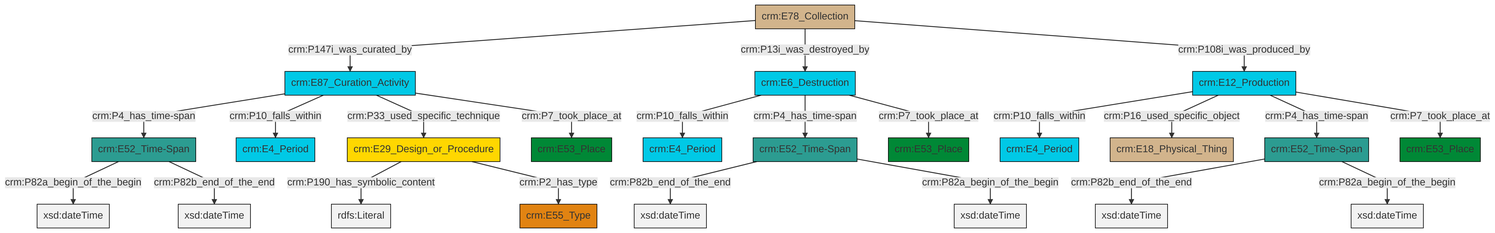
Before: et/archivalCSV/ttl/mmd/png/archival_existence.png, a diagram exported from Mermaid (swiss-art-research-net/docs.swissartresearch). Its source is kept beside it as et/archivalCSV/ttl/mmd/archival_existence.ttl.mmd.
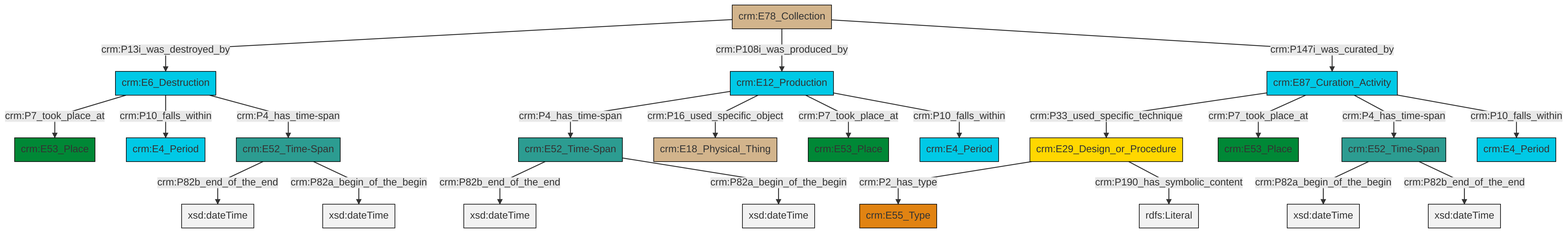
After the change.

The edit, as a diff of the source:
```diff
@@ -13,25 +13,25 @@
 classDef PC_Classes fill:#4ce600, stroke:#000000;
 classDef Multi fill:#cccccc,stroke:#000000;
 
-4["crm:E6_Destruction"]:::Temporal_Entity -->|crm:P10_falls_within| 5["crm:E4_Period"]:::Temporal_Entity
-10["crm:E29_Design_or_Procedure"]:::Conceptual_Object -->|crm:P190_has_symbolic_content| 11[rdfs:Literal]:::Literal
-4["crm:E6_Destruction"]:::Temporal_Entity -->|crm:P4_has_time-span| 2["crm:E52_Time-Span"]:::Time-Span
-12["crm:E52_Time-Span"]:::Time-Span -->|crm:P82a_begin_of_the_begin| 13[xsd:dateTime]:::Literal
-14["crm:E12_Production"]:::Temporal_Entity -->|crm:P10_falls_within| 16["crm:E4_Period"]:::Temporal_Entity
-17["crm:E78_Collection"]:::Physical_Thing -->|crm:P147i_was_curated_by| 0["crm:E87_Curation_Activity"]:::Temporal_Entity
-12["crm:E52_Time-Span"]:::Time-Span -->|crm:P82b_end_of_the_end| 18[xsd:dateTime]:::Literal
-17["crm:E78_Collection"]:::Physical_Thing -->|crm:P13i_was_destroyed_by| 4["crm:E6_Destruction"]:::Temporal_Entity
-0["crm:E87_Curation_Activity"]:::Temporal_Entity -->|crm:P4_has_time-span| 12["crm:E52_Time-Span"]:::Time-Span
-6["crm:E52_Time-Span"]:::Time-Span -->|crm:P82b_end_of_the_end| 25[xsd:dateTime]:::Literal
-17["crm:E78_Collection"]:::Physical_Thing -->|crm:P108i_was_produced_by| 14["crm:E12_Production"]:::Temporal_Entity
-6["crm:E52_Time-Span"]:::Time-Span -->|crm:P82a_begin_of_the_begin| 29[xsd:dateTime]:::Literal
-0["crm:E87_Curation_Activity"]:::Temporal_Entity -->|crm:P10_falls_within| 20["crm:E4_Period"]:::Temporal_Entity
-2["crm:E52_Time-Span"]:::Time-Span -->|crm:P82b_end_of_the_end| 30[xsd:dateTime]:::Literal
-14["crm:E12_Production"]:::Temporal_Entity -->|crm:P16_used_specific_object| 26["crm:E18_Physical_Thing"]:::Physical_Thing
-14["crm:E12_Production"]:::Temporal_Entity -->|crm:P4_has_time-span| 6["crm:E52_Time-Span"]:::Time-Span
-0["crm:E87_Curation_Activity"]:::Temporal_Entity -->|crm:P33_used_specific_technique| 10["crm:E29_Design_or_Procedure"]:::Conceptual_Object
-14["crm:E12_Production"]:::Temporal_Entity -->|crm:P7_took_place_at| 23["crm:E53_Place"]:::Place
-2["crm:E52_Time-Span"]:::Time-Span -->|crm:P82a_begin_of_the_begin| 35[xsd:dateTime]:::Literal
-10["crm:E29_Design_or_Procedure"]:::Conceptual_Object -->|crm:P2_has_type| 32["crm:E55_Type"]:::Type
-4["crm:E6_Destruction"]:::Temporal_Entity -->|crm:P7_took_place_at| 36["crm:E53_Place"]:::Place
-0["crm:E87_Curation_Activity"]:::Temporal_Entity -->|crm:P7_took_place_at| 8["crm:E53_Place"]:::Place
+0["crm:E52_Time-Span"]:::Time-Span -->|crm:P82a_begin_of_the_begin| 1[xsd:dateTime]:::Literal
+6["crm:E87_Curation_Activity"]:::Temporal_Entity -->|crm:P33_used_specific_technique| 7["crm:E29_Design_or_Procedure"]:::Conceptual_Object
+8["crm:E52_Time-Span"]:::Time-Span -->|crm:P82b_end_of_the_end| 9[xsd:dateTime]:::Literal
+7["crm:E29_Design_or_Procedure"]:::Conceptual_Object -->|crm:P2_has_type| 19["crm:E55_Type"]:::Type
+13["crm:E52_Time-Span"]:::Time-Span -->|crm:P82b_end_of_the_end| 20[xsd:dateTime]:::Literal
+7["crm:E29_Design_or_Procedure"]:::Conceptual_Object -->|crm:P190_has_symbolic_content| 21[rdfs:Literal]:::Literal
+24["crm:E6_Destruction"]:::Temporal_Entity -->|crm:P7_took_place_at| 17["crm:E53_Place"]:::Place
+22["crm:E12_Production"]:::Temporal_Entity -->|crm:P4_has_time-span| 8["crm:E52_Time-Span"]:::Time-Span
+24["crm:E6_Destruction"]:::Temporal_Entity -->|crm:P10_falls_within| 2["crm:E4_Period"]:::Temporal_Entity
+22["crm:E12_Production"]:::Temporal_Entity -->|crm:P16_used_specific_object| 25["crm:E18_Physical_Thing"]:::Physical_Thing
+8["crm:E52_Time-Span"]:::Time-Span -->|crm:P82a_begin_of_the_begin| 27[xsd:dateTime]:::Literal
+22["crm:E12_Production"]:::Temporal_Entity -->|crm:P7_took_place_at| 4["crm:E53_Place"]:::Place
+10["crm:E78_Collection"]:::Physical_Thing -->|crm:P13i_was_destroyed_by| 24["crm:E6_Destruction"]:::Temporal_Entity
+6["crm:E87_Curation_Activity"]:::Temporal_Entity -->|crm:P7_took_place_at| 32["crm:E53_Place"]:::Place
+22["crm:E12_Production"]:::Temporal_Entity -->|crm:P10_falls_within| 34["crm:E4_Period"]:::Temporal_Entity
+10["crm:E78_Collection"]:::Physical_Thing -->|crm:P108i_was_produced_by| 22["crm:E12_Production"]:::Temporal_Entity
+6["crm:E87_Curation_Activity"]:::Temporal_Entity -->|crm:P4_has_time-span| 0["crm:E52_Time-Span"]:::Time-Span
+10["crm:E78_Collection"]:::Physical_Thing -->|crm:P147i_was_curated_by| 6["crm:E87_Curation_Activity"]:::Temporal_Entity
+0["crm:E52_Time-Span"]:::Time-Span -->|crm:P82b_end_of_the_end| 37[xsd:dateTime]:::Literal
+6["crm:E87_Curation_Activity"]:::Temporal_Entity -->|crm:P10_falls_within| 15["crm:E4_Period"]:::Temporal_Entity
+24["crm:E6_Destruction"]:::Temporal_Entity -->|crm:P4_has_time-span| 13["crm:E52_Time-Span"]:::Time-Span
+13["crm:E52_Time-Span"]:::Time-Span -->|crm:P82a_begin_of_the_begin| 38[xsd:dateTime]:::Literal
```
